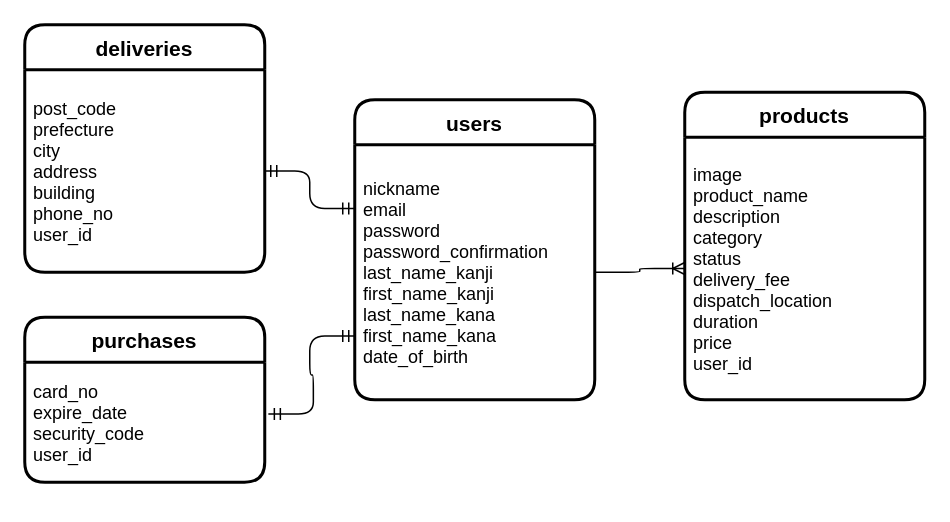
ShokoEnya/furima-32598 keeps this draw.io diagram as er.dio. Above is the earlier version. Source tidied: cells renumbered, new cells numbered last; positions are measured from the earlier drawing's top-left corner, leaving out a move shared by most shapes. Both pictures are drawn from the tidied source at 150%, with x=0, y=0 at pixel (24, 24).
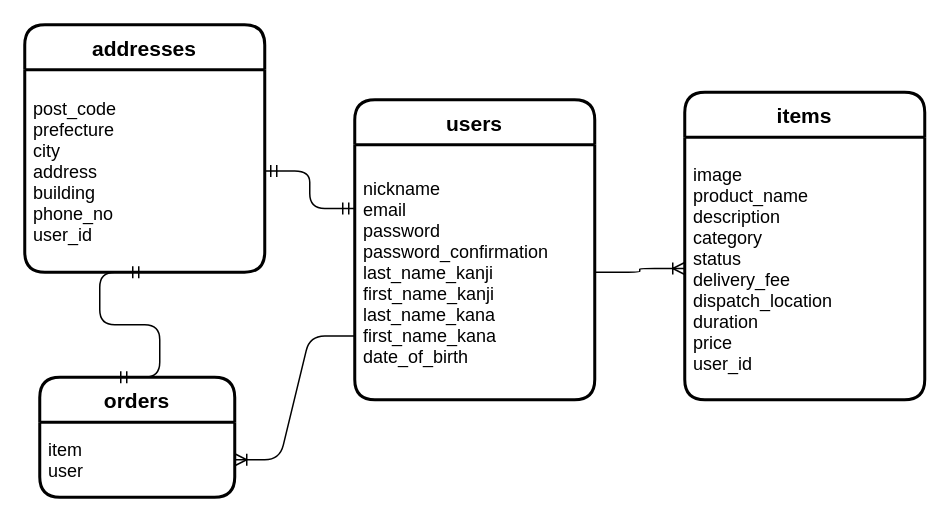
After the change.

What changed in the source:
```diff
@@
 <mxGraphModel>
   <root>
     <mxCell id="0" />
     <mxCell id="1" parent="0" />
     <mxCell id="2" value="users" style="swimlane;horizontal=1;startSize=30;rounded=1;fontSize=14;fontStyle=1;strokeWidth=2;shadow=0;dashed=0;align=center;" parent="1" vertex="1">
       <mxGeometry x="220" y="50" width="160" height="200" as="geometry" />
     </mxCell>
     <mxCell id="3" value="nickname&#10;email&#10;password&#10;password_confirmation&#10;last_name_kanji&#10;first_name_kanji&#10;last_name_kana&#10;first_name_kana&#10;date_of_birth" style="align=left;strokeColor=none;fillColor=none;spacingLeft=4;fontSize=12;verticalAlign=middle;" parent="2" vertex="1">
       <mxGeometry y="30" width="160" height="170" as="geometry" />
     </mxCell>
-    <mxCell id="4" value="products" style="swimlane;horizontal=1;startSize=30;rounded=1;fontSize=14;fontStyle=1;strokeWidth=2;shadow=0;dashed=0;align=center;" parent="1" vertex="1">
+    <mxCell id="4" value="items" style="swimlane;horizontal=1;startSize=30;rounded=1;fontSize=14;fontStyle=1;strokeWidth=2;shadow=0;dashed=0;align=center;" parent="1" vertex="1">
       <mxGeometry x="440" y="45" width="160" height="205" as="geometry" />
     </mxCell>
     <mxCell id="5" value="image&#10;product_name&#10;description&#10;category&#10;status&#10;delivery_fee&#10;dispatch_location&#10;duration&#10;price&#10;user_id" style="align=left;strokeColor=none;fillColor=none;spacingLeft=4;fontSize=12;verticalAlign=middle;" parent="4" vertex="1">
       <mxGeometry y="30" width="160" height="175" as="geometry" />
     </mxCell>
     <mxCell id="6" style="edgeStyle=entityRelationEdgeStyle;fontSize=12;html=1;endArrow=ERoneToMany;exitX=1;exitY=0.5;exitDx=0;exitDy=0;entryX=0;entryY=0.5;entryDx=0;entryDy=0;" parent="1" edge="1" source="3" target="5">
       <mxGeometry relative="1" as="geometry" />
     </mxCell>
-    <mxCell id="7" value="deliveries" style="swimlane;horizontal=1;startSize=30;rounded=1;fontSize=14;fontStyle=1;strokeWidth=2;shadow=0;dashed=0;align=center;" parent="1" vertex="1">
+    <mxCell id="7" value="addresses" style="swimlane;horizontal=1;startSize=30;rounded=1;fontSize=14;fontStyle=1;strokeWidth=2;shadow=0;dashed=0;align=center;" parent="1" vertex="1">
       <mxGeometry width="160" height="165" as="geometry" />
     </mxCell>
     <mxCell id="8" value="post_code&#10;prefecture&#10;city&#10;address&#10;building&#10;phone_no&#10;user_id" style="align=left;strokeColor=none;fillColor=none;spacingLeft=4;fontSize=12;verticalAlign=middle;" parent="7" vertex="1">
       <mxGeometry y="30" width="160" height="135" as="geometry" />
     </mxCell>
-    <mxCell id="9" value="purchases" style="swimlane;horizontal=1;startSize=30;rounded=1;fontSize=14;fontStyle=1;strokeWidth=2;shadow=0;dashed=0;align=center;" parent="1" vertex="1">
-      <mxGeometry y="195" width="160" height="110" as="geometry" />
+    <mxCell id="9" value="orders" style="swimlane;horizontal=1;startSize=30;rounded=1;fontSize=14;fontStyle=1;strokeWidth=2;shadow=0;dashed=0;align=center;" parent="1" vertex="1">
+      <mxGeometry x="10" y="235" width="130" height="80" as="geometry" />
     </mxCell>
-    <mxCell id="10" value="card_no&#10;expire_date&#10;security_code&#10;user_id" style="align=left;strokeColor=none;fillColor=none;spacingLeft=4;fontSize=12;verticalAlign=middle;" parent="9" vertex="1">
-      <mxGeometry y="30" width="160" height="80" as="geometry" />
+    <mxCell id="10" value="item&#10;user" style="align=left;strokeColor=none;fillColor=none;spacingLeft=4;fontSize=12;verticalAlign=middle;" parent="9" vertex="1">
+      <mxGeometry y="30" width="130" height="50" as="geometry" />
     </mxCell>
     <mxCell id="11" style="edgeStyle=entityRelationEdgeStyle;fontSize=12;html=1;endArrow=ERmandOne;startArrow=ERmandOne;exitX=0;exitY=0.25;exitDx=0;exitDy=0;entryX=1;entryY=0.5;entryDx=0;entryDy=0;" parent="1" edge="1" source="3" target="8">
       <mxGeometry relative="1" as="geometry" />
     </mxCell>
+    <mxCell id="13" style="edgeStyle=entityRelationEdgeStyle;fontSize=12;html=1;endArrow=ERmandOne;startArrow=ERmandOne;entryX=0.5;entryY=1;entryDx=0;entryDy=0;" parent="1" edge="1" target="8">
+      <mxGeometry relative="1" as="geometry">
+        <mxPoint x="60" y="235" as="sourcePoint" />
+      </mxGeometry>
+    </mxCell>
-    <mxCell id="12" style="edgeStyle=entityRelationEdgeStyle;fontSize=12;html=1;endArrow=ERmandOne;startArrow=ERmandOne;exitX=0;exitY=0.75;exitDx=0;exitDy=0;entryX=1.015;entryY=0.431;entryDx=0;entryDy=0;entryPerimeter=0;" parent="1" edge="1" source="3" target="10">
+    <mxCell id="12" style="edgeStyle=entityRelationEdgeStyle;fontSize=12;html=1;endArrow=ERoneToMany;exitX=0;exitY=0.75;exitDx=0;exitDy=0;entryX=1;entryY=0.5;entryDx=0;entryDy=0;" parent="1" edge="1" source="3" target="10">
       <mxGeometry relative="1" as="geometry" />
     </mxCell>
   </root>
 </mxGraphModel>
```
